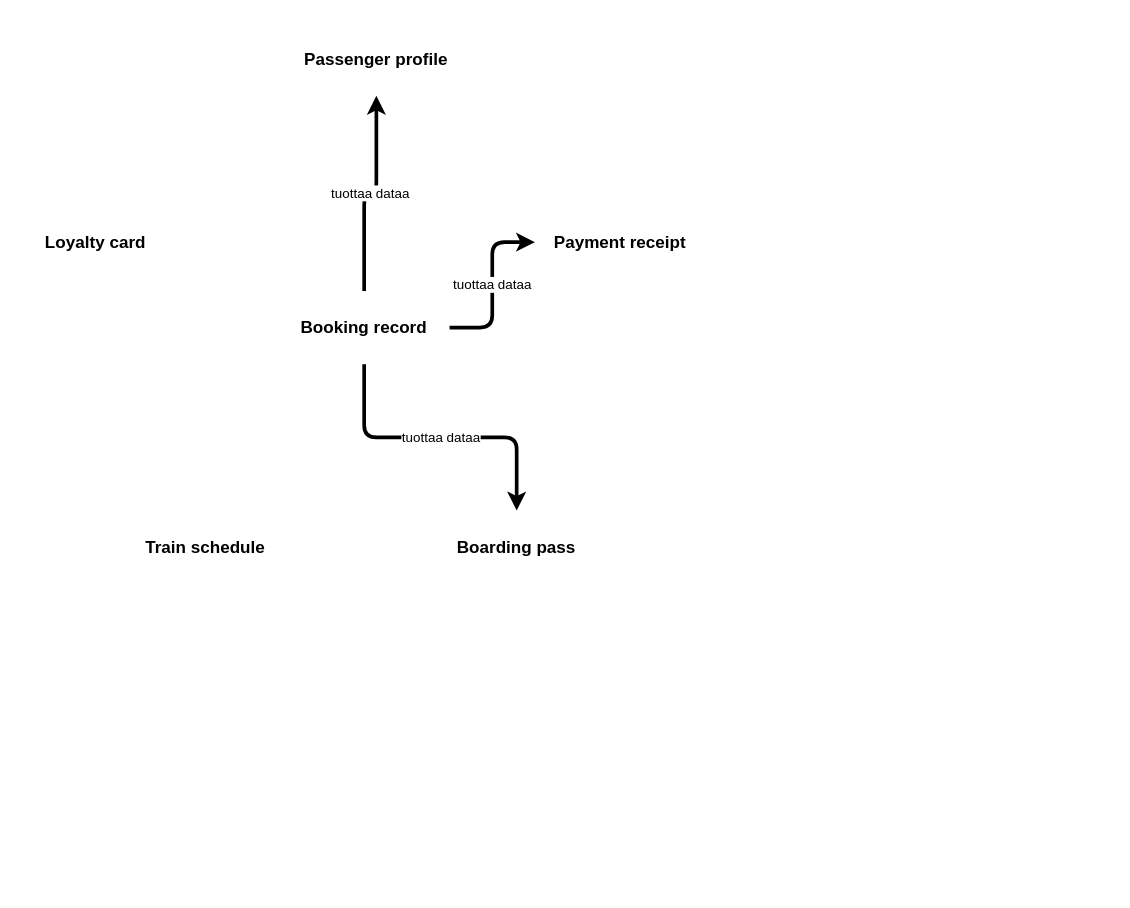
This is skills/documentation/edgy-diagram/examples/expected-object.drawio from Rahola/edgy-skills, a draw.io file, before an edit. Source tidied: cells renumbered, new cells numbered last; positions are measured from the earlier drawing's top-left corner, leaving out a move shared by most shapes. Both pictures are drawn from the tidied source at 122%, with x=0, y=0 at pixel (22, 22).
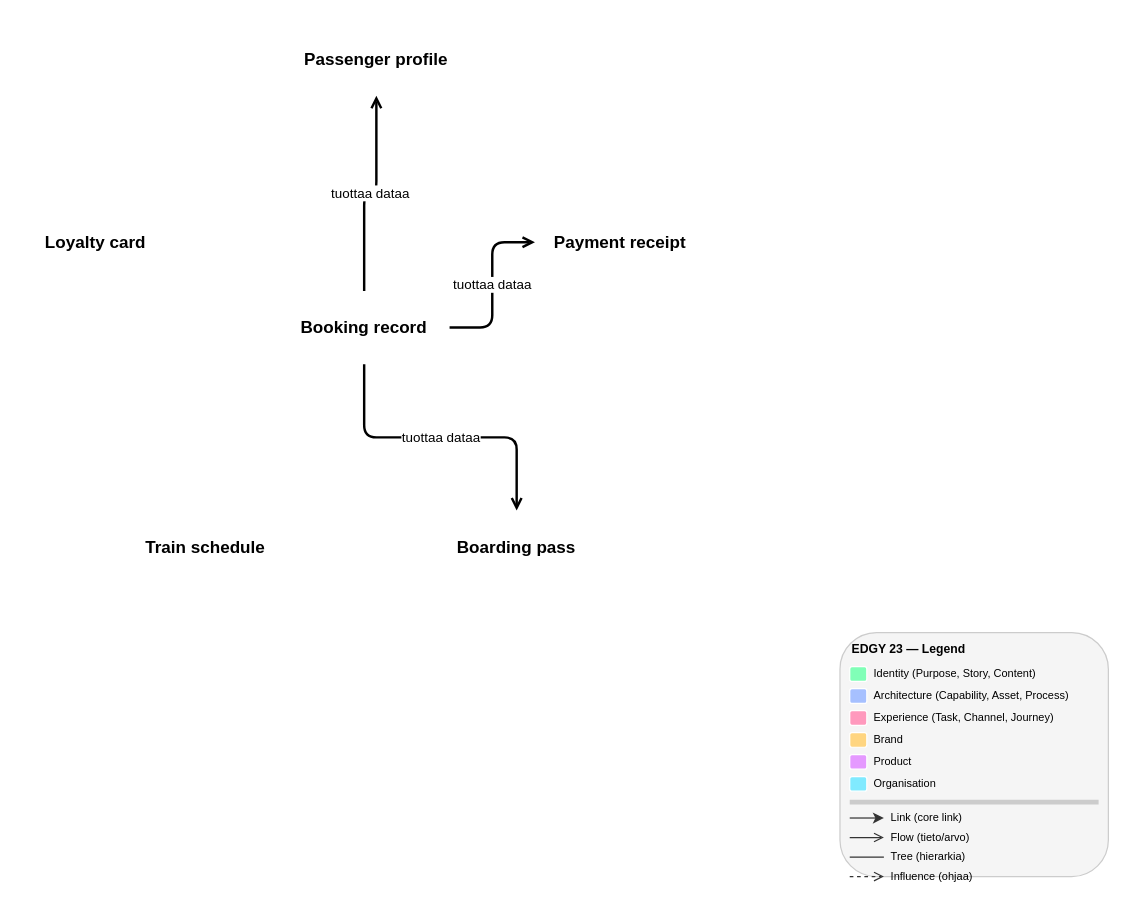
Above is the later version.

Unchanged cells that the change refers to:
```xml
<mxCell id="2" value="Booking record" style="whiteSpace=wrap;html=1;fillColor=#ffffff;strokeColor=#FFFFFF;strokeWidth=2;verticalAlign=middle;fontStyle=1;fontSize=14;" parent="1" vertex="1">
  <mxGeometry x="210" y="220" width="140" height="60" as="geometry" />
</mxCell>
<mxCell id="3" value="Passenger profile" style="whiteSpace=wrap;html=1;fillColor=#ffffff;strokeColor=#FFFFFF;strokeWidth=2;verticalAlign=middle;fontStyle=1;fontSize=14;" parent="1" vertex="1">
  <mxGeometry x="210" width="160" height="60" as="geometry" />
</mxCell>
<mxCell id="4" value="Payment receipt" style="whiteSpace=wrap;html=1;fillColor=#ffffff;strokeColor=#FFFFFF;strokeWidth=2;verticalAlign=middle;fontStyle=1;fontSize=14;" parent="1" vertex="1">
  <mxGeometry x="420" y="150" width="140" height="60" as="geometry" />
</mxCell>
<mxCell id="5" value="Boarding pass" style="whiteSpace=wrap;html=1;fillColor=#ffffff;strokeColor=#FFFFFF;strokeWidth=2;verticalAlign=middle;fontStyle=1;fontSize=14;" parent="1" vertex="1">
  <mxGeometry x="340" y="400" width="130" height="60" as="geometry" />
</mxCell>
```

The edit, as a diff of the source:
```diff
@@
-    <mxCell id="8" value="tuottaa dataa" style="edgeStyle=orthogonalEdgeStyle;rounded=1;strokeWidth=2;fontSize=11;html=1;jumpStyle=arc;jumpSize=8;labelBackgroundColor=#ffffff;labelBorderColor=none;endArrow=classic;endFill=1;strokeWidth=3;exitX=0.5;exitY=0.0;exitDx=0;exitDy=0;entryX=0.5;entryY=1.0;entryDx=0;entryDy=0;" parent="1" edge="1" source="2" target="3">
+    <mxCell id="8" value="tuottaa dataa" style="edgeStyle=orthogonalEdgeStyle;rounded=1;strokeWidth=2;fontSize=11;html=1;jumpStyle=arc;jumpSize=8;labelBackgroundColor=#ffffff;labelBorderColor=none;endArrow=open;endFill=0;strokeWidth=2;exitX=0.5;exitY=0.0;exitDx=0;exitDy=0;entryX=0.5;entryY=1.0;entryDx=0;entryDy=0;" parent="1" edge="1" source="2" target="3">
       <mxGeometry relative="1" as="geometry" />
     </mxCell>
-    <mxCell id="9" value="tuottaa dataa" style="edgeStyle=orthogonalEdgeStyle;rounded=1;strokeWidth=2;fontSize=11;html=1;jumpStyle=arc;jumpSize=8;labelBackgroundColor=#ffffff;labelBorderColor=none;endArrow=classic;endFill=1;strokeWidth=3;exitX=1.0;exitY=0.5;exitDx=0;exitDy=0;entryX=0.0;entryY=0.5;entryDx=0;entryDy=0;" parent="1" edge="1" source="2" target="4">
+    <mxCell id="9" value="tuottaa dataa" style="edgeStyle=orthogonalEdgeStyle;rounded=1;strokeWidth=2;fontSize=11;html=1;jumpStyle=arc;jumpSize=8;labelBackgroundColor=#ffffff;labelBorderColor=none;endArrow=open;endFill=0;strokeWidth=2;exitX=1.0;exitY=0.5;exitDx=0;exitDy=0;entryX=0.0;entryY=0.5;entryDx=0;entryDy=0;" parent="1" edge="1" source="2" target="4">
       <mxGeometry relative="1" as="geometry" />
     </mxCell>
-    <mxCell id="10" value="tuottaa dataa" style="edgeStyle=orthogonalEdgeStyle;rounded=1;strokeWidth=2;fontSize=11;html=1;jumpStyle=arc;jumpSize=8;labelBackgroundColor=#ffffff;labelBorderColor=none;endArrow=classic;endFill=1;strokeWidth=3;exitX=0.5;exitY=1.0;exitDx=0;exitDy=0;entryX=0.5;entryY=0.0;entryDx=0;entryDy=0;" parent="1" edge="1" source="2" target="5">
+    <mxCell id="10" value="tuottaa dataa" style="edgeStyle=orthogonalEdgeStyle;rounded=1;strokeWidth=2;fontSize=11;html=1;jumpStyle=arc;jumpSize=8;labelBackgroundColor=#ffffff;labelBorderColor=none;endArrow=open;endFill=0;strokeWidth=2;exitX=0.5;exitY=1.0;exitDx=0;exitDy=0;entryX=0.5;entryY=0.0;entryDx=0;entryDy=0;" parent="1" edge="1" source="2" target="5">
       <mxGeometry relative="1" as="geometry" />
     </mxCell>
+    <mxCell id="11" style="rounded=1;whiteSpace=wrap;html=1;fillColor=#f5f5f5;strokeColor=#cccccc;strokeWidth=1;" parent="1" vertex="1">
+      <mxGeometry x="670" y="500" width="220" height="200" as="geometry" />
+    </mxCell>
+    <mxCell id="12" value="&lt;b&gt;EDGY 23 — Legend&lt;/b&gt;" style="text;html=1;align=left;verticalAlign=middle;strokeColor=none;fillColor=none;fontSize=10;fontStyle=1;" parent="1" vertex="1">
+      <mxGeometry x="678" y="504" width="204" height="18" as="geometry" />
+    </mxCell>
+    <mxCell id="13" style="rounded=1;whiteSpace=wrap;html=1;fillColor=#80ffb7;strokeColor=#ffffff;strokeWidth=1;" parent="1" vertex="1">
+      <mxGeometry x="678" y="528" width="14" height="12" as="geometry" />
+    </mxCell>
+    <mxCell id="14" value="Identity (Purpose, Story, Content)" style="text;html=1;align=left;verticalAlign=middle;strokeColor=none;fillColor=none;fontSize=9;" parent="1" vertex="1">
+      <mxGeometry x="696" y="526" width="186" height="16" as="geometry" />
+    </mxCell>
+    <mxCell id="15" style="rounded=1;whiteSpace=wrap;html=1;fillColor=#a6c0ff;strokeColor=#ffffff;strokeWidth=1;" parent="1" vertex="1">
+      <mxGeometry x="678" y="546" width="14" height="12" as="geometry" />
+    </mxCell>
+    <mxCell id="16" value="Architecture (Capability, Asset, Process)" style="text;html=1;align=left;verticalAlign=middle;strokeColor=none;fillColor=none;fontSize=9;" parent="1" vertex="1">
+      <mxGeometry x="696" y="544" width="186" height="16" as="geometry" />
+    </mxCell>
+    <mxCell id="17" style="rounded=1;whiteSpace=wrap;html=1;fillColor=#ff99bd;strokeColor=#ffffff;strokeWidth=1;" parent="1" vertex="1">
+      <mxGeometry x="678" y="564" width="14" height="12" as="geometry" />
+    </mxCell>
+    <mxCell id="18" value="Experience (Task, Channel, Journey)" style="text;html=1;align=left;verticalAlign=middle;strokeColor=none;fillColor=none;fontSize=9;" parent="1" vertex="1">
+      <mxGeometry x="696" y="562" width="186" height="16" as="geometry" />
+    </mxCell>
+    <mxCell id="19" style="rounded=1;whiteSpace=wrap;html=1;fillColor=#ffd580;strokeColor=#ffffff;strokeWidth=1;" parent="1" vertex="1">
+      <mxGeometry x="678" y="582" width="14" height="12" as="geometry" />
+    </mxCell>
+    <mxCell id="20" value="Brand" style="text;html=1;align=left;verticalAlign=middle;strokeColor=none;fillColor=none;fontSize=9;" parent="1" vertex="1">
+      <mxGeometry x="696" y="580" width="186" height="16" as="geometry" />
+    </mxCell>
+    <mxCell id="21" style="rounded=1;whiteSpace=wrap;html=1;fillColor=#e599ff;strokeColor=#ffffff;strokeWidth=1;" parent="1" vertex="1">
+      <mxGeometry x="678" y="600" width="14" height="12" as="geometry" />
+    </mxCell>
+    <mxCell id="22" value="Product" style="text;html=1;align=left;verticalAlign=middle;strokeColor=none;fillColor=none;fontSize=9;" parent="1" vertex="1">
+      <mxGeometry x="696" y="598" width="186" height="16" as="geometry" />
+    </mxCell>
+    <mxCell id="23" style="rounded=1;whiteSpace=wrap;html=1;fillColor=#80eaff;strokeColor=#ffffff;strokeWidth=1;" parent="1" vertex="1">
+      <mxGeometry x="678" y="618" width="14" height="12" as="geometry" />
+    </mxCell>
+    <mxCell id="24" value="Organisation" style="text;html=1;align=left;verticalAlign=middle;strokeColor=none;fillColor=none;fontSize=9;" parent="1" vertex="1">
+      <mxGeometry x="696" y="616" width="186" height="16" as="geometry" />
+    </mxCell>
+    <mxCell id="25" style="line;strokeColor=#cccccc;fillColor=none;" parent="1" vertex="1">
+      <mxGeometry x="678" y="636" width="204" height="6" as="geometry" />
+    </mxCell>
+    <mxCell id="26" style="edgeStyle=none;endArrow=classic;endFill=1;strokeWidth=1;strokeColor=#333333;" parent="1" edge="1">
+      <mxGeometry relative="1" as="geometry">
+        <mxPoint x="678" y="652" as="sourcePoint" />
+        <mxPoint x="706" y="652" as="targetPoint" />
+      </mxGeometry>
+    </mxCell>
+    <mxCell id="27" value="Link (core link)" style="text;html=1;align=left;verticalAlign=middle;strokeColor=none;fillColor=none;fontSize=9;" parent="1" vertex="1">
+      <mxGeometry x="710" y="644" width="172" height="16" as="geometry" />
+    </mxCell>
+    <mxCell id="28" style="edgeStyle=none;endArrow=open;endFill=0;strokeWidth=1;strokeColor=#333333;" parent="1" edge="1">
+      <mxGeometry relative="1" as="geometry">
+        <mxPoint x="678" y="668" as="sourcePoint" />
+        <mxPoint x="706" y="668" as="targetPoint" />
+      </mxGeometry>
+    </mxCell>
+    <mxCell id="29" value="Flow (tieto/arvo)" style="text;html=1;align=left;verticalAlign=middle;strokeColor=none;fillColor=none;fontSize=9;" parent="1" vertex="1">
+      <mxGeometry x="710" y="660" width="172" height="16" as="geometry" />
+    </mxCell>
+    <mxCell id="30" style="edgeStyle=none;endArrow=none;strokeWidth=1;strokeColor=#333333;" parent="1" edge="1">
+      <mxGeometry relative="1" as="geometry">
+        <mxPoint x="678" y="684" as="sourcePoint" />
+        <mxPoint x="706" y="684" as="targetPoint" />
+      </mxGeometry>
+    </mxCell>
+    <mxCell id="31" value="Tree (hierarkia)" style="text;html=1;align=left;verticalAlign=middle;strokeColor=none;fillColor=none;fontSize=9;" parent="1" vertex="1">
+      <mxGeometry x="710" y="676" width="172" height="16" as="geometry" />
+    </mxCell>
+    <mxCell id="32" style="edgeStyle=none;endArrow=open;endFill=0;dashed=1;strokeWidth=1;strokeColor=#333333;" parent="1" edge="1">
+      <mxGeometry relative="1" as="geometry">
+        <mxPoint x="678" y="700" as="sourcePoint" />
+        <mxPoint x="706" y="700" as="targetPoint" />
+      </mxGeometry>
+    </mxCell>
+    <mxCell id="33" value="Influence (ohjaa)" style="text;html=1;align=left;verticalAlign=middle;strokeColor=none;fillColor=none;fontSize=9;" parent="1" vertex="1">
+      <mxGeometry x="710" y="692" width="172" height="16" as="geometry" />
+    </mxCell>
```
